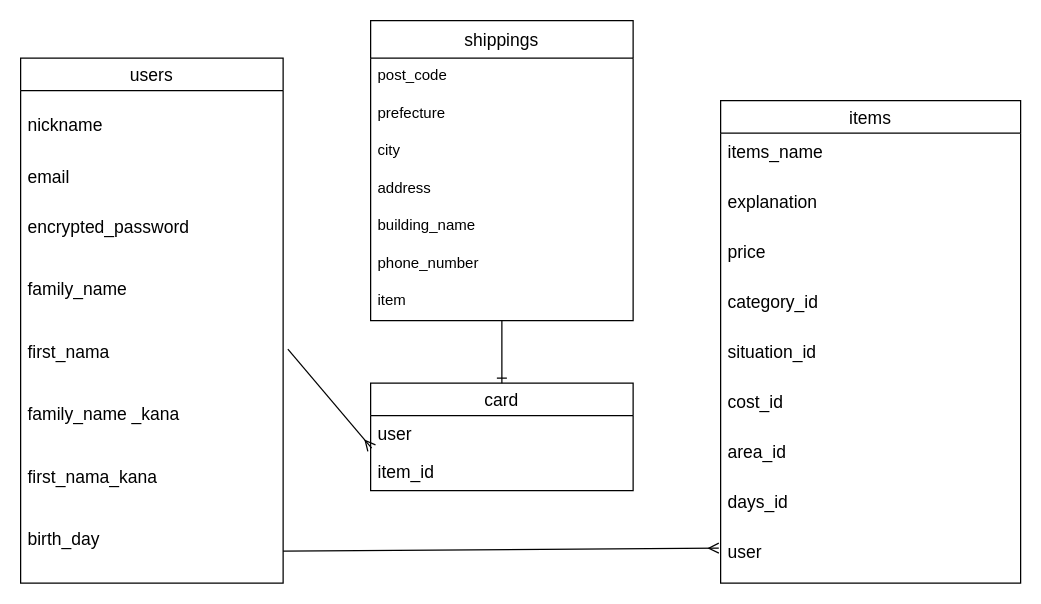
This is furima.dio from sitahiro/furima-37252, a draw.io file, before an edit. Source tidied: cells renumbered, new cells numbered last; positions are measured from the earlier drawing's top-left corner, leaving out a move shared by most shapes. Both pictures are drawn from the tidied source at 125%, with x=0, y=0 at pixel (20, 20).
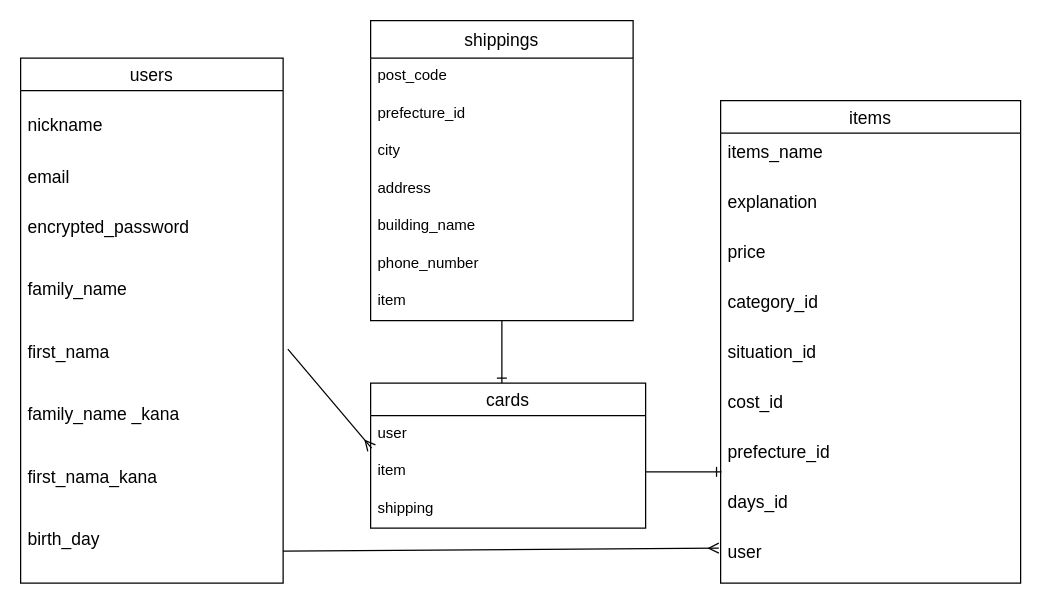
Above is the later version.

Commit message (it also covers changes not shown here):
データベース修正２

The change refers to these unchanged cells:
```xml
<mxCell id="7" value="first_nama" style="text;strokeColor=none;fillColor=none;spacingLeft=4;spacingRight=4;overflow=hidden;points=[[0,0.5],[1,0.5]];portConstraint=eastwest;fontSize=14;" parent="2" vertex="1">
  <mxGeometry y="220" width="210" height="50" as="geometry" />
</mxCell>
<mxCell id="11" value="items" style="swimlane;fontStyle=0;horizontal=1;startSize=26;align=center;fontSize=14;" parent="1" vertex="1">
  <mxGeometry x="560" y="64" width="240" height="386" as="geometry" />
</mxCell>
<mxCell id="25" value="shippings" style="swimlane;fontStyle=0;horizontal=1;startSize=30;align=center;fontSize=14;" parent="1" vertex="1">
  <mxGeometry x="280" width="210" height="240" as="geometry" />
</mxCell>
```

The edit, as a diff of the source:
```diff
@@
-    <mxCell id="18" value="area_id" style="text;strokeColor=none;fillColor=none;spacingLeft=4;spacingRight=4;overflow=hidden;points=[[0,0.5],[1,0.5]];portConstraint=eastwest;fontSize=14;" parent="11" vertex="1">
+    <mxCell id="18" value="prefecture_id" style="text;strokeColor=none;fillColor=none;spacingLeft=4;spacingRight=4;overflow=hidden;points=[[0,0.5],[1,0.5]];portConstraint=eastwest;fontSize=14;" parent="11" vertex="1">
       <mxGeometry y="266" width="240" height="40" as="geometry" />
     </mxCell>
@@
-    <mxCell id="21" value="card" style="swimlane;fontStyle=0;horizontal=1;startSize=26;align=center;fontSize=14;" parent="1" vertex="1">
-      <mxGeometry x="280" y="290" width="210" height="86" as="geometry" />
-    </mxCell>
-    <mxCell id="22" value="user" style="text;strokeColor=none;fillColor=none;spacingLeft=4;spacingRight=4;overflow=hidden;fontSize=14;" parent="21" vertex="1">
-      <mxGeometry y="26" width="210" height="30" as="geometry" />
-    </mxCell>
-    <mxCell id="23" value="item_id" style="text;strokeColor=none;fillColor=none;spacingLeft=4;spacingRight=4;overflow=hidden;points=[[0,0.5],[1,0.5]];portConstraint=eastwest;fontSize=14;" parent="21" vertex="1">
-      <mxGeometry y="56" width="210" height="30" as="geometry" />
-    </mxCell>
-    <mxCell id="24" style="edgeStyle=none;html=1;entryX=0.5;entryY=0;entryDx=0;entryDy=0;endArrow=ERone;endFill=0;" parent="1" edge="1" source="25" target="21">
-      <mxGeometry relative="1" as="geometry" />
+    <mxCell id="24" style="html=1;entryX=0.5;entryY=0;entryDx=0;entryDy=0;endArrow=ERone;endFill=0;" parent="1" edge="1" source="25">
+      <mxGeometry relative="1" as="geometry">
+        <mxPoint x="385" y="290" as="targetPoint" />
+      </mxGeometry>
     </mxCell>
@@
-    <mxCell id="27" value="prefecture" style="text;strokeColor=none;fillColor=none;spacingLeft=4;spacingRight=4;overflow=hidden;fontSize=12;" parent="25" vertex="1">
+    <mxCell id="27" value="prefecture_id" style="text;strokeColor=none;fillColor=none;spacingLeft=4;spacingRight=4;overflow=hidden;fontSize=12;" parent="25" vertex="1">
       <mxGeometry y="60" width="210" height="30" as="geometry" />
     </mxCell>
@@
-    <mxCell id="33" style="edgeStyle=none;html=1;entryX=0.004;entryY=-0.133;entryDx=0;entryDy=0;entryPerimeter=0;endArrow=ERmany;endFill=0;exitX=1.018;exitY=0.256;exitDx=0;exitDy=0;exitPerimeter=0;" parent="1" edge="1" source="7" target="23">
-      <mxGeometry relative="1" as="geometry" />
+    <mxCell id="33" style="edgeStyle=none;html=1;entryX=0.004;entryY=-0.133;entryDx=0;entryDy=0;entryPerimeter=0;endArrow=ERmany;endFill=0;exitX=1.018;exitY=0.256;exitDx=0;exitDy=0;exitPerimeter=0;" parent="1" edge="1" source="7">
+      <mxGeometry relative="1" as="geometry">
+        <mxPoint x="280.8" y="342" as="targetPoint" />
+      </mxGeometry>
     </mxCell>
@@
+    <mxCell id="35" value="cards" style="swimlane;fontStyle=0;horizontal=1;startSize=26;align=center;fontSize=14;" parent="1" vertex="1">
+      <mxGeometry x="280" y="290" width="220" height="116" as="geometry" />
+    </mxCell>
+    <mxCell id="22" value="user" style="text;strokeColor=none;fillColor=none;spacingLeft=4;spacingRight=4;overflow=hidden;fontSize=12;" parent="35" vertex="1">
+      <mxGeometry y="26" width="220" height="30" as="geometry" />
+    </mxCell>
+    <mxCell id="36" value="item" style="text;strokeColor=none;fillColor=none;spacingLeft=4;spacingRight=4;overflow=hidden;points=[[0,0.5],[1,0.5]];portConstraint=eastwest;fontSize=12;" parent="35" vertex="1">
+      <mxGeometry y="56" width="220" height="30" as="geometry" />
+    </mxCell>
+    <mxCell id="37" value="shipping" style="text;strokeColor=none;fillColor=none;spacingLeft=4;spacingRight=4;overflow=hidden;fontSize=12;" parent="35" vertex="1">
+      <mxGeometry y="86" width="220" height="30" as="geometry" />
+    </mxCell>
+    <mxCell id="38" style="edgeStyle=none;html=1;exitX=1;exitY=0.5;exitDx=0;exitDy=0;entryX=0.003;entryY=0.775;entryDx=0;entryDy=0;entryPerimeter=0;endArrow=ERone;endFill=0;" parent="1" edge="1" source="36" target="18">
+      <mxGeometry relative="1" as="geometry" />
+    </mxCell>
```
